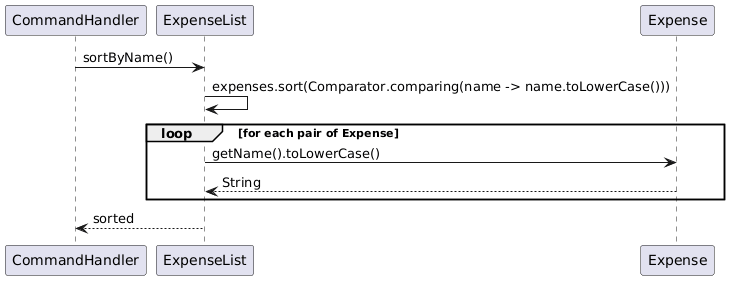
This is docs/diagram/SortByName-SequenceDiagram.png from Jairusljr/tP, a PlantUML export, as it was before one commit. Source of this version:
```plantuml
@startuml
participant CommandHandler
participant ExpenseList
participant Expense

CommandHandler -> ExpenseList : sortByName()
ExpenseList -> ExpenseList : expenses.sort(Comparator.comparing(name -> name.toLowerCase()))
loop for each pair of Expense
    ExpenseList -> Expense : getName().toLowerCase()
    Expense --> ExpenseList : String
end
ExpenseList --> CommandHandler : sorted
@enduml
```
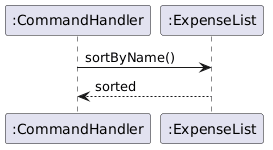
Above is the later version.

Diff of the diagram source:
```diff
@@ -1,13 +1,10 @@
 @startuml
-participant CommandHandler
-participant ExpenseList
-participant Expense
+skinparam classAttributeIconSize 0
+hide circle
+
+participant ":CommandHandler" as CommandHandler
+participant ":ExpenseList" as ExpenseList
 
 CommandHandler -> ExpenseList : sortByName()
-ExpenseList -> ExpenseList : expenses.sort(Comparator.comparing(name -> name.toLowerCase()))
-loop for each pair of Expense
-    ExpenseList -> Expense : getName().toLowerCase()
-    Expense --> ExpenseList : String
-end
 ExpenseList --> CommandHandler : sorted
 @enduml
```
